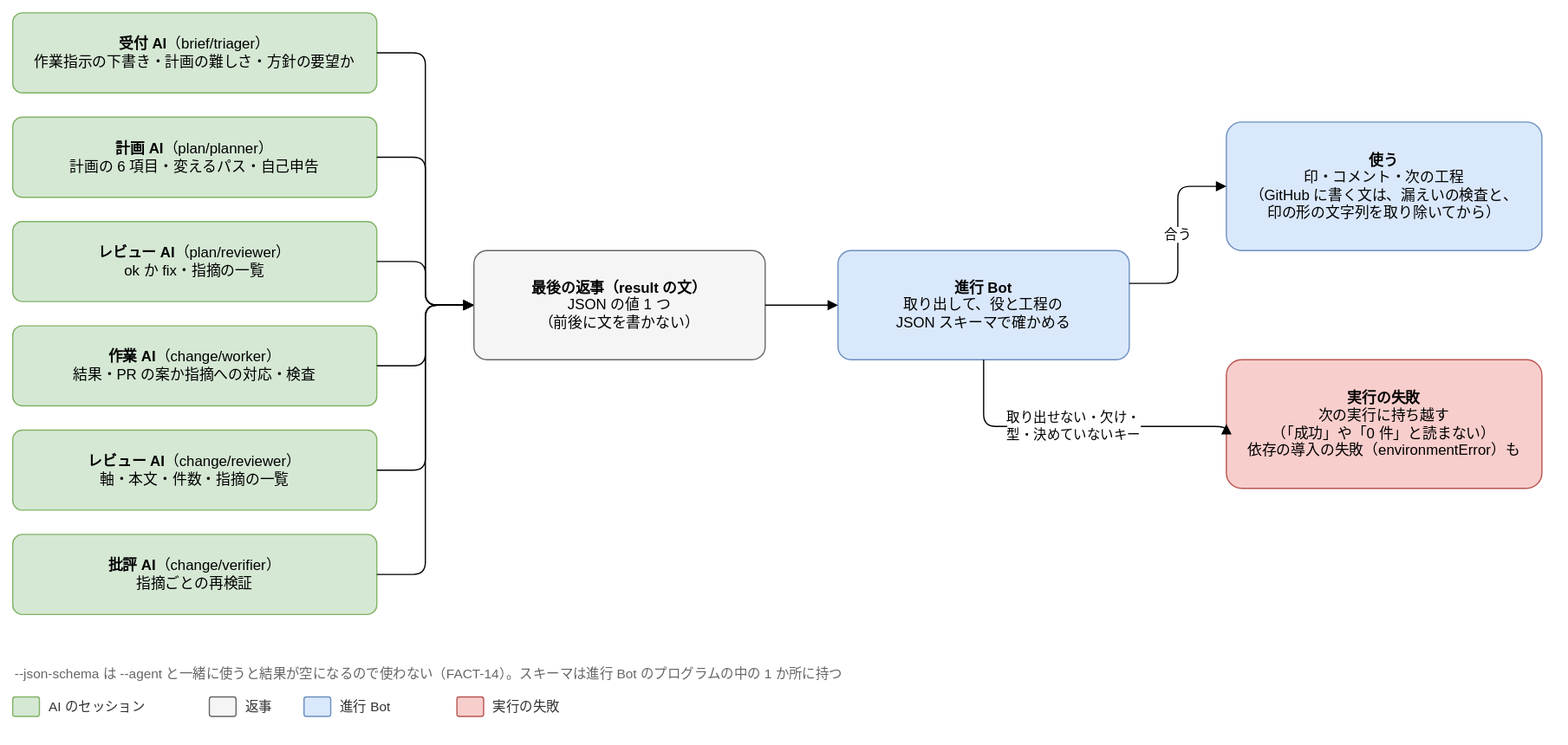
The draw.io diagram docs/design/basic/diagrams/03-output-contracts.drawio.svg in Joymerrevent/dev-autopilot, before a commit. Source tidied: cells renumbered, new cells last; positions are measured from the earlier drawing's top-left corner, leaving out a move shared by most shapes.
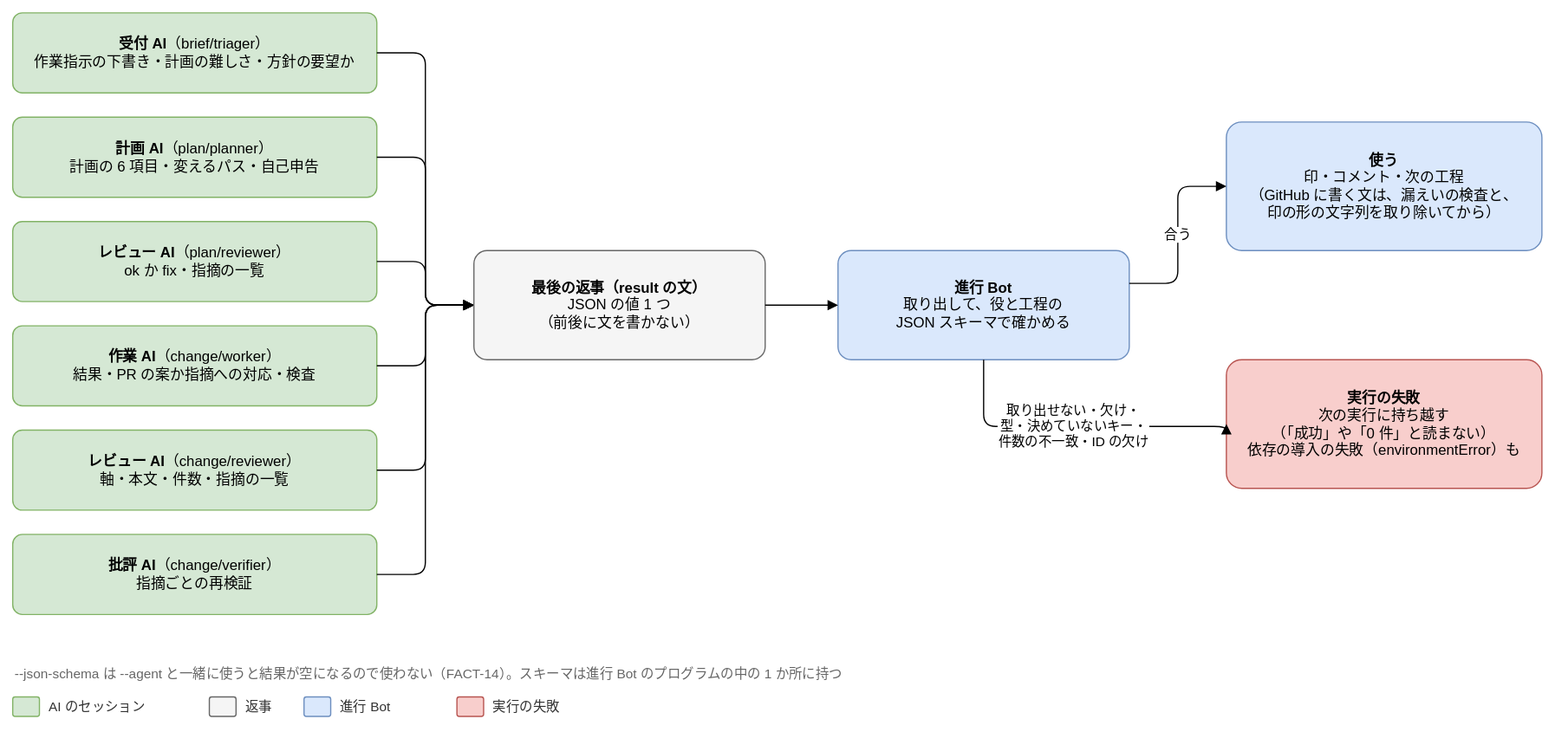
Above is the later version.

Change to the diagram source:
```diff
@@ -56,7 +56,7 @@
     <mxCell id="19" value="合う" style="edgeStyle=orthogonalEdgeStyle;rounded=1;html=1;endArrow=block;endFill=1;fontSize=11;labelBackgroundColor=#ffffff;exitX=1;exitY=0.3;exitDx=0;exitDy=0;entryX=0;entryY=0.5;entryDx=0;entryDy=0;" parent="1" edge="1" source="15" target="17">
       <mxGeometry relative="1" as="geometry" />
     </mxCell>
-    <mxCell id="20" value="取り出せない・欠け・&lt;br&gt;型・決めていないキー" style="edgeStyle=orthogonalEdgeStyle;rounded=1;html=1;endArrow=block;endFill=1;fontSize=11;labelBackgroundColor=#ffffff;exitX=0.5;exitY=1;exitDx=0;exitDy=0;entryX=0;entryY=0.5;entryDx=0;entryDy=0;" parent="1" edge="1" source="15" target="18">
+    <mxCell id="20" value="取り出せない・欠け・&lt;br&gt;型・決めていないキー・&lt;br&gt;件数の不一致・ID の欠け" style="edgeStyle=orthogonalEdgeStyle;rounded=1;html=1;endArrow=block;endFill=1;fontSize=11;labelBackgroundColor=#ffffff;exitX=0.5;exitY=1;exitDx=0;exitDy=0;entryX=0;entryY=0.5;entryDx=0;entryDy=0;" parent="1" edge="1" source="15" target="18">
       <mxGeometry relative="1" as="geometry">
         <Array as="points">
           <mxPoint x="800" y="341" />
```
